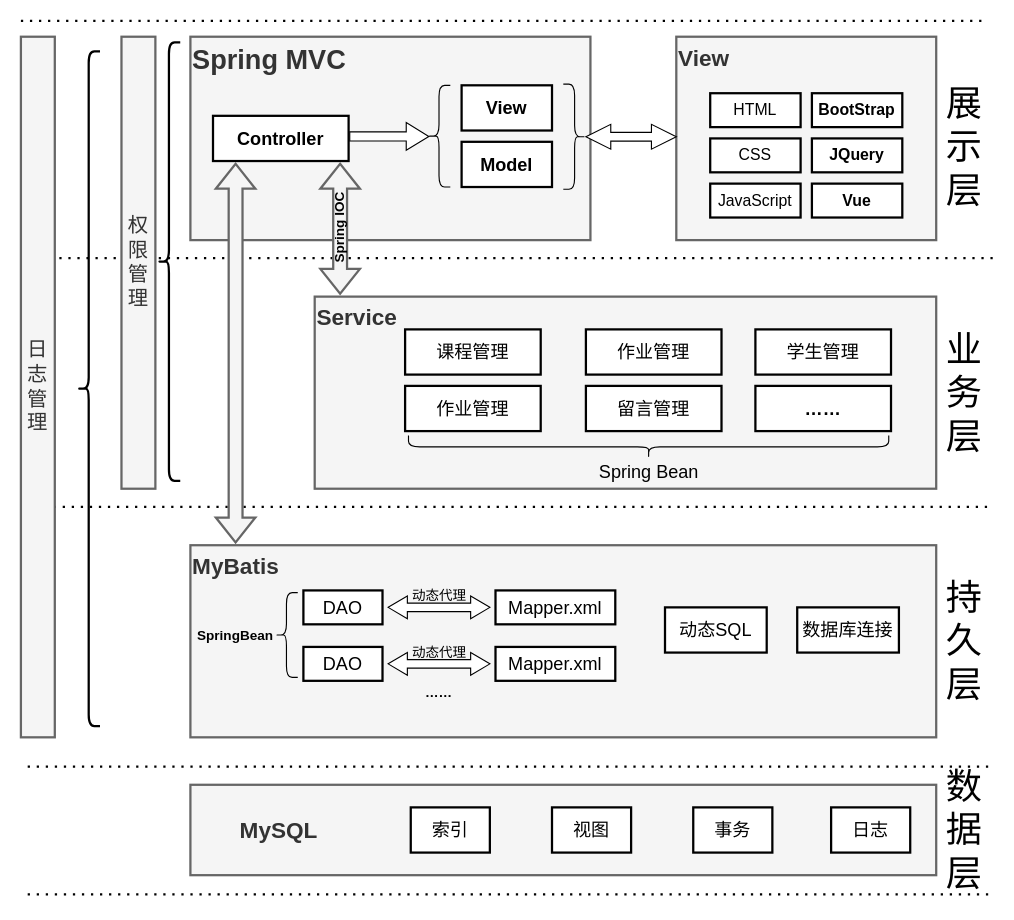
Earlier version of the draw.io diagram imgs/系统总架构图.drawio (jaclkliao/imgs). Source tidied: cells renumbered, new cells numbered last; positions are measured from the earlier drawing's top-left corner, leaving out a move shared by most shapes. Both pictures are drawn from the tidied source at 113%, with x=0, y=0 at pixel (20, 20).
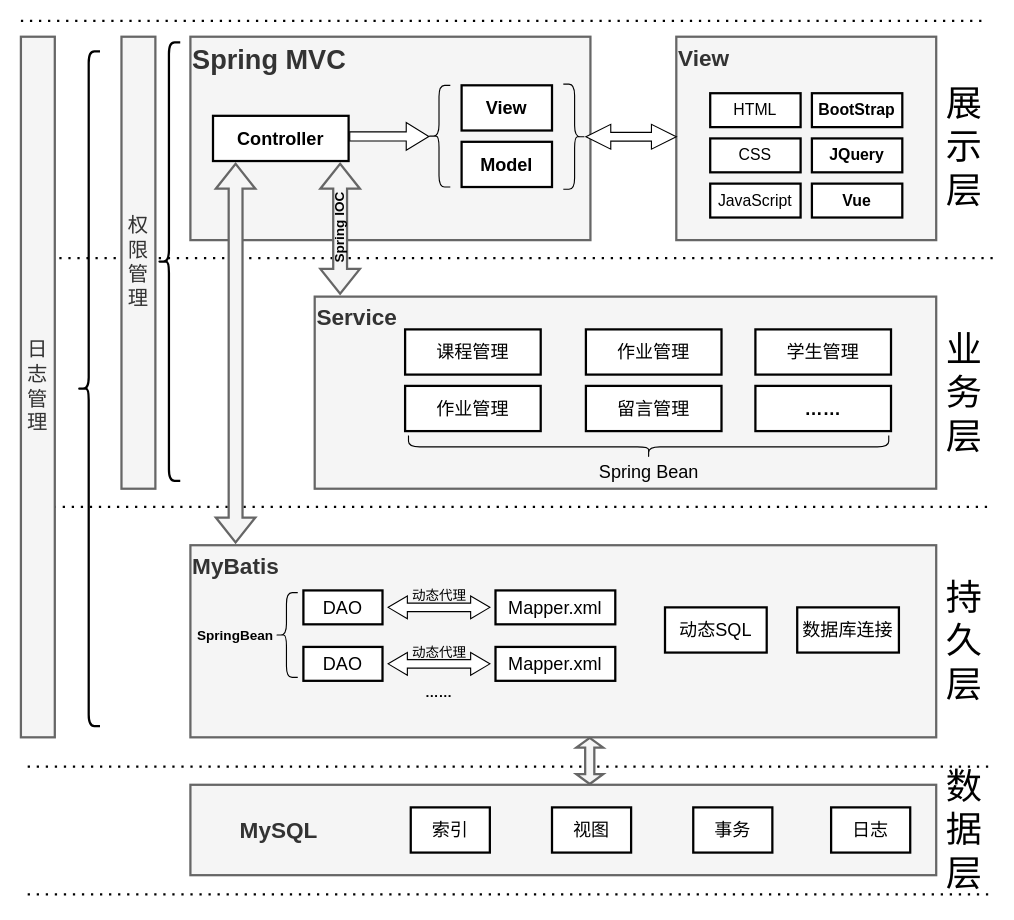
The same diagram, later.

Commit message:
更新系统总架构图.drawio

The edit, as a diff of the source:
```diff
@@
+    <mxCell id="60" style="html=1;shadow=0;dashed=0;align=center;verticalAlign=middle;shape=mxgraph.arrows2.twoWayArrow;dy=0.66;dx=8.63;rotation=90;fillColor=#f5f5f5;fontColor=#333333;strokeColor=#666666;strokeWidth=2;" parent="1" vertex="1">
+      <mxGeometry x="483" y="643" width="40.8" height="23.8" as="geometry" />
+    </mxCell>
```
